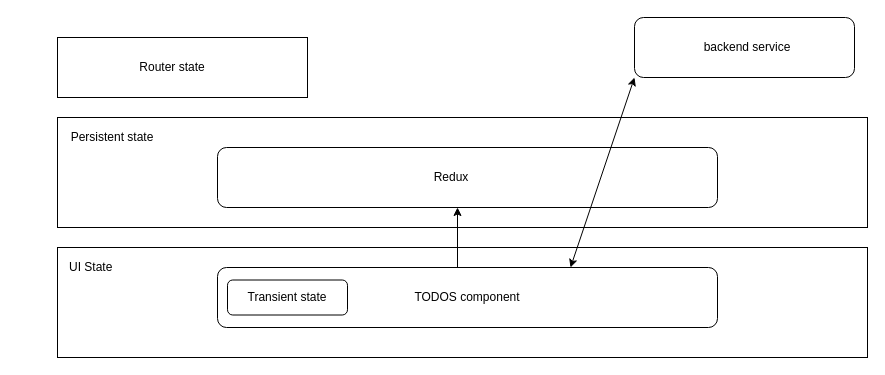
This is Untitled Diagram.drawio from PetrBorak/state-management-react, a draw.io file, before an edit. Source tidied: cells renumbered, new cells numbered last; positions are measured from the earlier drawing's top-left corner, leaving out a move shared by most shapes. Both pictures are drawn from the tidied source at 100%, with x=0, y=0 at pixel (42, 17).
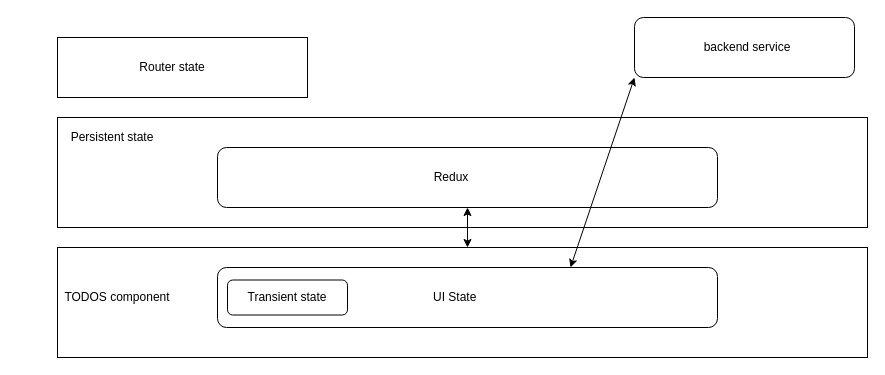
The same diagram, later.

Diff of the diagram source:
```diff
@@
 <mxGraphModel>
   <root>
     <mxCell id="0" />
     <mxCell id="1" parent="0" />
     <mxCell id="2" style="rounded=0;whiteSpace=wrap;html=1;" parent="1" vertex="1">
       <mxGeometry x="15" y="100" width="810" height="110" as="geometry" />
     </mxCell>
     <mxCell id="3" style="rounded=0;whiteSpace=wrap;html=1;" parent="1" vertex="1">
       <mxGeometry x="15" y="230" width="810" height="110" as="geometry" />
     </mxCell>
     <mxCell id="4" style="rounded=1;whiteSpace=wrap;html=1;" parent="1" vertex="1">
       <mxGeometry x="175" y="250" width="500" height="60" as="geometry" />
     </mxCell>
     <mxCell id="5" value="TODOS component" style="text;html=1;strokeColor=none;fillColor=none;align=center;verticalAlign=middle;whiteSpace=wrap;rounded=0;" parent="1" vertex="1">
-      <mxGeometry x="325" y="270" width="200" height="20" as="geometry" />
+      <mxGeometry x="-25" y="270" width="200" height="20" as="geometry" />
     </mxCell>
     <mxCell id="6" style="rounded=1;whiteSpace=wrap;html=1;" parent="1" vertex="1">
       <mxGeometry x="592" width="220" height="60" as="geometry" />
     </mxCell>
     <mxCell id="7" value="backend service" style="text;html=1;strokeColor=none;fillColor=none;align=center;verticalAlign=middle;whiteSpace=wrap;rounded=0;" parent="1" vertex="1">
       <mxGeometry x="655" y="20" width="100" height="20" as="geometry" />
     </mxCell>
     <mxCell id="8" value="UI State" style="text;html=1;strokeColor=none;fillColor=none;align=left;verticalAlign=middle;whiteSpace=wrap;rounded=0;" parent="1" vertex="1">
-      <mxGeometry x="25" y="240" width="90" height="20" as="geometry" />
+      <mxGeometry x="389" y="270" width="90" height="20" as="geometry" />
     </mxCell>
     <mxCell id="9" style="rounded=0;whiteSpace=wrap;html=1;" parent="1" vertex="1">
       <mxGeometry x="15" y="20" width="250" height="60" as="geometry" />
     </mxCell>
     <mxCell id="10" value="Persistent state" style="text;html=1;strokeColor=none;fillColor=none;align=center;verticalAlign=middle;whiteSpace=wrap;rounded=0;" parent="1" vertex="1">
       <mxGeometry y="110" width="140" height="20" as="geometry" />
     </mxCell>
     <mxCell id="11" style="rounded=1;whiteSpace=wrap;html=1;align=left;" parent="1" vertex="1">
       <mxGeometry x="175" y="130" width="500" height="60" as="geometry" />
     </mxCell>
     <mxCell id="12" value="Redux" style="text;html=1;strokeColor=none;fillColor=none;align=center;verticalAlign=middle;whiteSpace=wrap;rounded=0;" parent="1" vertex="1">
       <mxGeometry x="389" y="150" width="40" height="20" as="geometry" />
     </mxCell>
     <mxCell id="13" value="Router state" style="text;html=1;strokeColor=none;fillColor=none;align=center;verticalAlign=middle;whiteSpace=wrap;rounded=0;" parent="1" vertex="1">
       <mxGeometry x="85" y="40" width="90" height="20" as="geometry" />
     </mxCell>
     <mxCell id="14" style="rounded=1;whiteSpace=wrap;html=1;align=left;" parent="1" vertex="1">
       <mxGeometry x="185" y="262.5" width="120" height="35" as="geometry" />
     </mxCell>
     <mxCell id="15" value="Transient state" style="text;html=1;strokeColor=none;fillColor=none;align=center;verticalAlign=middle;whiteSpace=wrap;rounded=0;" parent="1" vertex="1">
       <mxGeometry x="195" y="270" width="100" height="20" as="geometry" />
     </mxCell>
     <mxCell id="16" style="endArrow=classic;startArrow=classic;html=1;exitX=0;exitY=1;exitDx=0;exitDy=0;entryX=0.706;entryY=0;entryDx=0;entryDy=0;entryPerimeter=0;" parent="1" edge="1" source="6" target="4">
       <mxGeometry relative="1" as="geometry" />
     </mxCell>
-    <mxCell id="17" style="endArrow=classic;html=1;exitX=0.48;exitY=0;exitDx=0;exitDy=0;exitPerimeter=0;" parent="1" edge="1" source="4">
-      <mxGeometry relative="1" as="geometry">
-        <mxPoint x="415" y="190" as="targetPoint" />
-      </mxGeometry>
-    </mxCell>
+    <mxCell id="18" style="endArrow=classic;startArrow=classic;html=1;" parent="1" edge="1" target="11">
+      <mxGeometry relative="1" as="geometry">
+        <mxPoint x="425" y="230" as="sourcePoint" />
+      </mxGeometry>
+    </mxCell>
   </root>
 </mxGraphModel>
```
